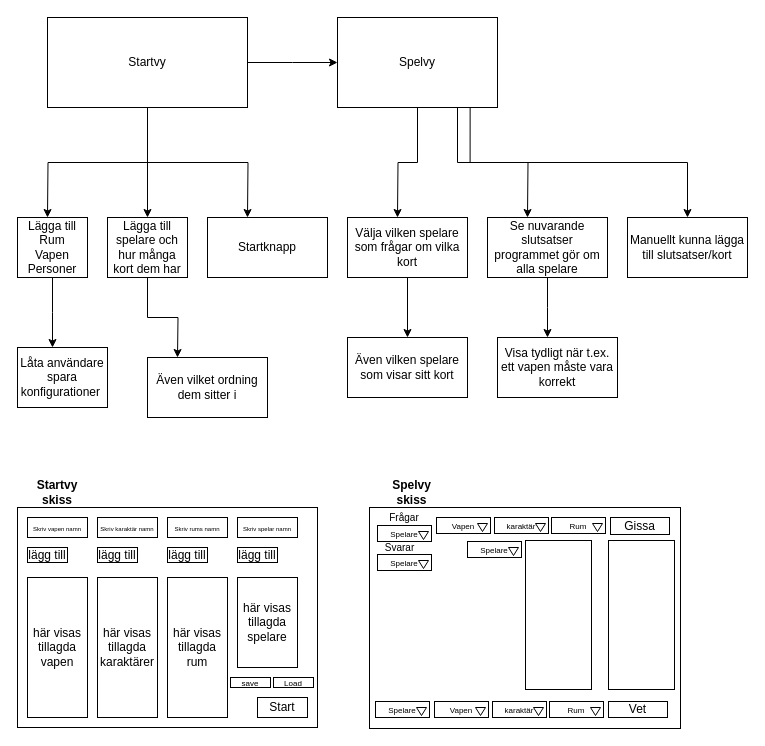
Above: CluedoSolverDiagram.drawio in elis542/CluedoSolver (draw.io), before the change. Source tidied: cells renumbered, new cells numbered last; positions are measured from the earlier drawing's top-left corner, leaving out a move shared by most shapes. Both pictures are drawn from the tidied source at 100%, with x=0, y=0 at pixel (17, 17).
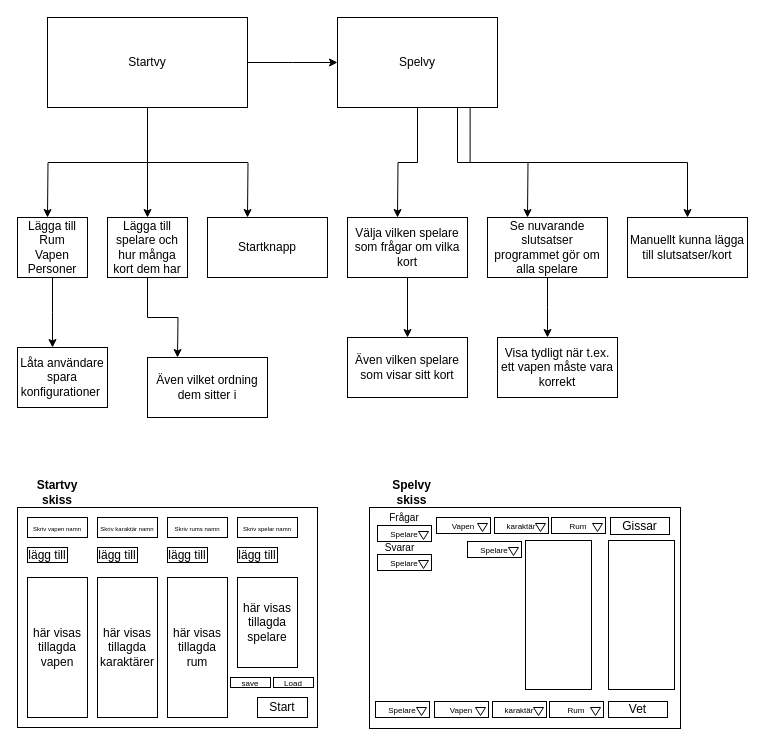
After the change.

The edit, as a diff of the source:
```diff
@@
-    <mxCell id="52" value="Gissa" style="rounded=0;whiteSpace=wrap;html=1;" parent="1" vertex="1">
+    <mxCell id="52" value="Gissar" style="rounded=0;whiteSpace=wrap;html=1;" parent="1" vertex="1">
       <mxGeometry x="593" y="500" width="59" height="17" as="geometry" />
     </mxCell>
```
